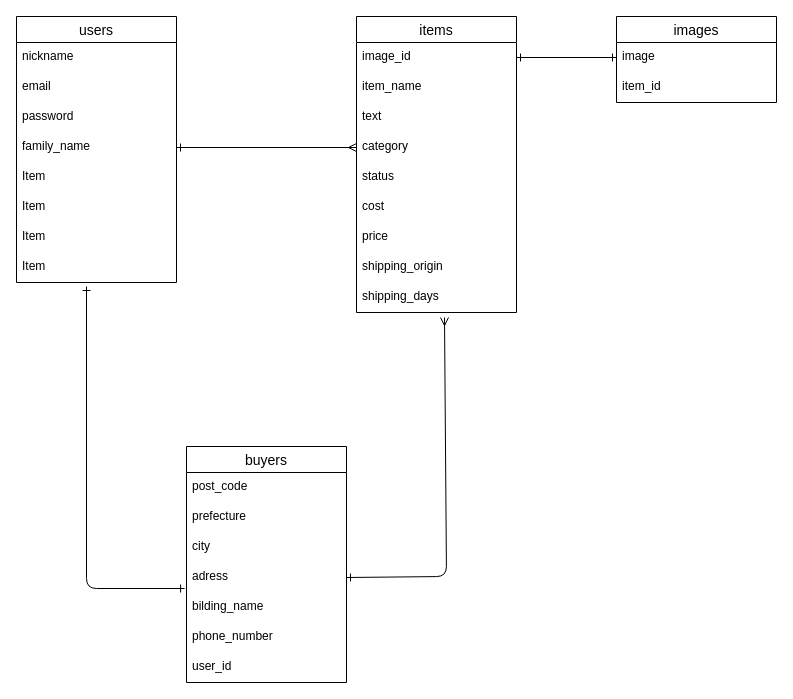
The draw.io diagram furima.dio in Ozeyuta/furima-39084, before the edit. Source tidied: cells renumbered, new cells numbered last; positions are measured from the earlier drawing's top-left corner, leaving out a move shared by most shapes. Both pictures are drawn from the tidied source at 100%, with x=0, y=0 at pixel (16, 16).
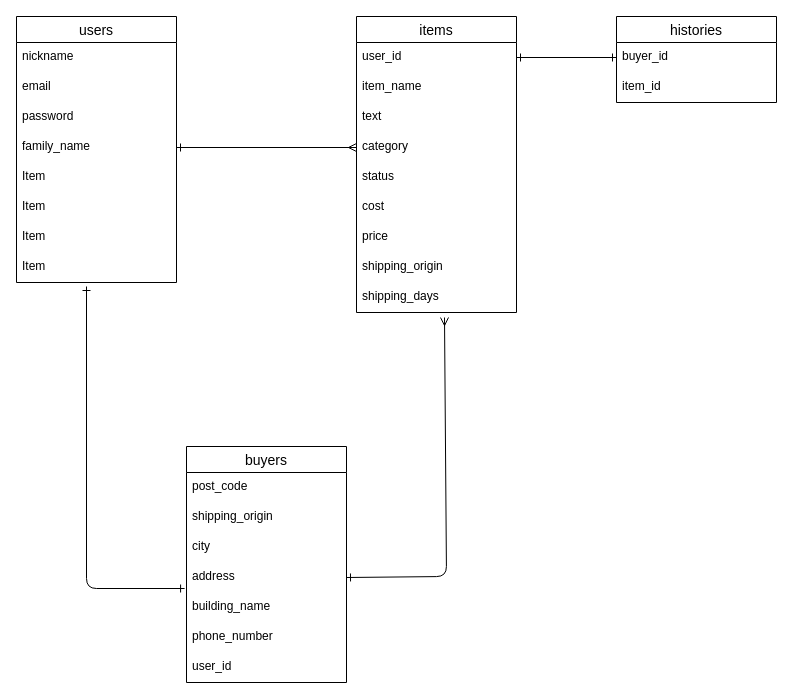
The same diagram, later.

Commit message (it also covers changes not shown here):
ER図とREADMEの修正

The change refers to these unchanged cells:
```xml
<mxCell id="11" value="items" style="swimlane;fontStyle=0;horizontal=1;startSize=26;align=center;fontSize=14;" parent="1" vertex="1">
  <mxGeometry x="340" width="160" height="296" as="geometry" />
</mxCell>
<mxCell id="21" value="buyers" style="swimlane;fontStyle=0;horizontal=1;startSize=26;align=center;fontSize=14;" parent="1" vertex="1">
  <mxGeometry x="170" y="430" width="160" height="236" as="geometry" />
</mxCell>
```

What changed in the source:
```diff
@@
-    <mxCell id="12" value="image_id" style="text;strokeColor=none;fillColor=none;spacingLeft=4;spacingRight=4;overflow=hidden;points=[[0,0.5],[1,0.5]];portConstraint=eastwest;fontSize=12;" parent="11" vertex="1">
+    <mxCell id="12" value="user_id" style="text;strokeColor=none;fillColor=none;spacingLeft=4;spacingRight=4;overflow=hidden;points=[[0,0.5],[1,0.5]];portConstraint=eastwest;fontSize=12;" parent="11" vertex="1">
       <mxGeometry y="26" width="160" height="30" as="geometry" />
     </mxCell>
@@
-    <mxCell id="23" value="prefecture" style="text;strokeColor=none;fillColor=none;spacingLeft=4;spacingRight=4;overflow=hidden;fontSize=12;" parent="21" vertex="1">
+    <mxCell id="23" value="shipping_origin" style="text;strokeColor=none;fillColor=none;spacingLeft=4;spacingRight=4;overflow=hidden;fontSize=12;" parent="21" vertex="1">
       <mxGeometry y="56" width="160" height="30" as="geometry" />
     </mxCell>
@@
-    <mxCell id="25" value="adress" style="text;strokeColor=none;fillColor=none;spacingLeft=4;spacingRight=4;overflow=hidden;points=[[0,0.5],[1,0.5]];portConstraint=eastwest;fontSize=12;" parent="21" vertex="1">
+    <mxCell id="25" value="address" style="text;strokeColor=none;fillColor=none;spacingLeft=4;spacingRight=4;overflow=hidden;points=[[0,0.5],[1,0.5]];portConstraint=eastwest;fontSize=12;" parent="21" vertex="1">
       <mxGeometry y="116" width="160" height="30" as="geometry" />
     </mxCell>
-    <mxCell id="26" value="bilding_name" style="text;strokeColor=none;fillColor=none;spacingLeft=4;spacingRight=4;overflow=hidden;fontSize=12;" parent="21" vertex="1">
+    <mxCell id="26" value="building_name" style="text;strokeColor=none;fillColor=none;spacingLeft=4;spacingRight=4;overflow=hidden;fontSize=12;" parent="21" vertex="1">
       <mxGeometry y="146" width="160" height="30" as="geometry" />
     </mxCell>
@@
-    <mxCell id="29" value="images" style="swimlane;fontStyle=0;horizontal=1;startSize=26;align=center;fontSize=14;" parent="1" vertex="1">
+    <mxCell id="29" value="histories" style="swimlane;fontStyle=0;horizontal=1;startSize=26;align=center;fontSize=14;" parent="1" vertex="1">
       <mxGeometry x="600" width="160" height="86" as="geometry" />
     </mxCell>
-    <mxCell id="30" value="image" style="text;strokeColor=none;fillColor=none;spacingLeft=4;spacingRight=4;overflow=hidden;points=[[0,0.5],[1,0.5]];portConstraint=eastwest;fontSize=12;" parent="29" vertex="1">
+    <mxCell id="30" value="buyer_id" style="text;strokeColor=none;fillColor=none;spacingLeft=4;spacingRight=4;overflow=hidden;points=[[0,0.5],[1,0.5]];portConstraint=eastwest;fontSize=12;" parent="29" vertex="1">
       <mxGeometry y="26" width="160" height="30" as="geometry" />
     </mxCell>
```
